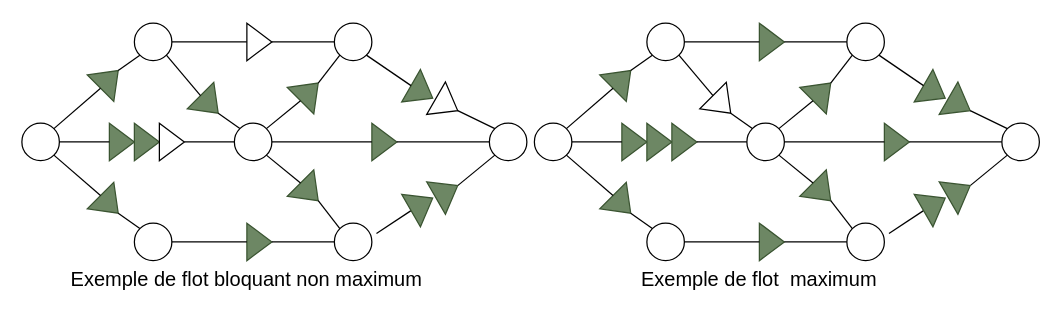
This is page "problem1" (2 of 5) of dev6.drawio from arseneRuben/MTH6405, a draw.io file, before an edit. Source tidied: cells renumbered, new cells numbered last; positions are measured from the earlier drawing's top-left corner, leaving out a move shared by most shapes. Both pictures are drawn from the tidied source at 125%, with x=0, y=0 at pixel (21, 22).
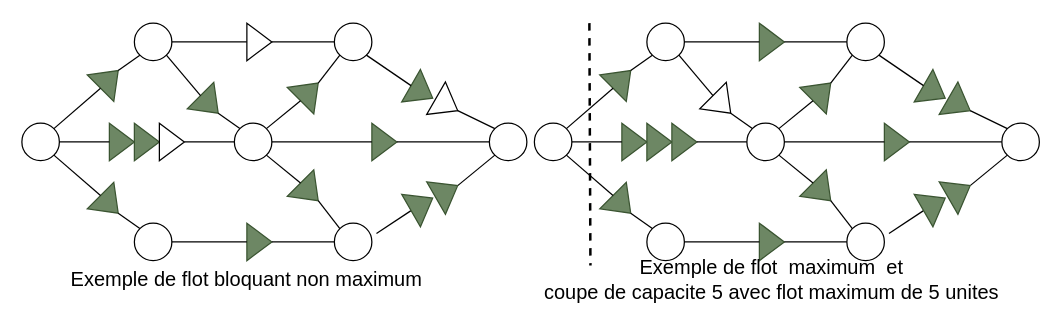
After the change.

Change to the diagram source:
```diff
@@
-    <mxCell id="91" value="Exemple de flot&amp;nbsp; maximum" style="text;html=1;strokeColor=none;fillColor=none;align=center;verticalAlign=middle;whiteSpace=wrap;rounded=0;fontSize=16;" parent="1" vertex="1">
-      <mxGeometry x="410" y="190" width="360" height="30" as="geometry" />
+    <mxCell id="91" value="Exemple de flot&amp;nbsp; maximum&amp;nbsp; et &lt;br&gt;coupe de capacite 5 avec flot maximum de 5 unites" style="text;html=1;strokeColor=none;fillColor=none;align=center;verticalAlign=middle;whiteSpace=wrap;rounded=0;fontSize=16;" parent="1" vertex="1">
+      <mxGeometry x="410" y="190" width="380" height="30" as="geometry" />
     </mxCell>
+    <mxCell id="92" style="endArrow=none;dashed=1;html=1;rounded=0;fontSize=16;strokeWidth=2;entryX=0.118;entryY=0.13;entryDx=0;entryDy=0;entryPerimeter=0;" parent="1" edge="1" target="91">
+      <mxGeometry relative="1" as="geometry">
+        <mxPoint x="454" as="sourcePoint" />
+      </mxGeometry>
+    </mxCell>
```
